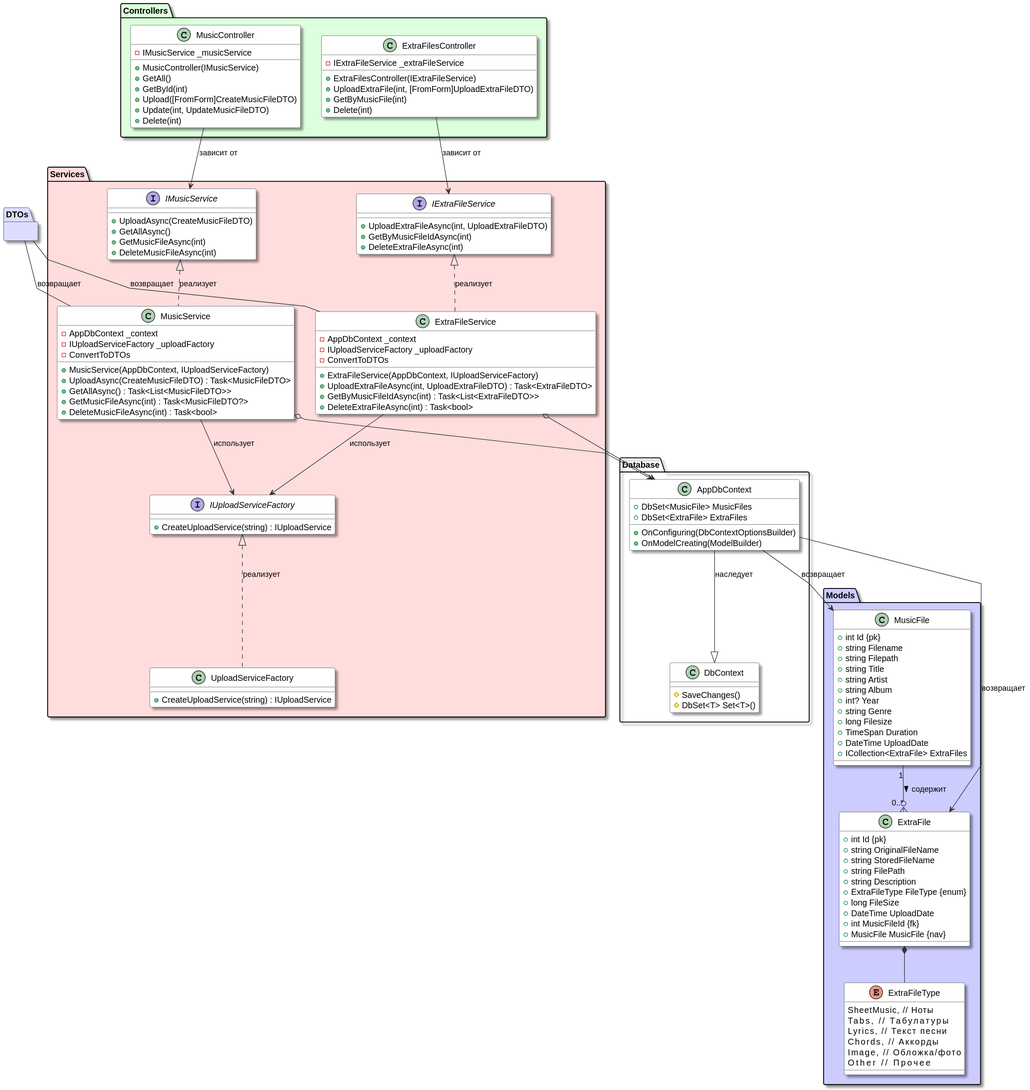
Before: Docs/MusicServer.API Class Diagram.svg, a diagram exported from PlantUML (vaClev/MusicPlayer). Its diagram source:
```plantuml
@startuml
skinparam class {
    BackgroundColor White
    ArrowColor #2E3436
    BorderColor #2E3436
}
skinparam shadowing true

skinparam package {
    Padding 10         ' Внутренние отступы пакета (по умолчанию 12)
    Margin 5           ' Внешние отступы пакета (по умолчанию 10)
}

skinparam class {
    Margin 1           ' Отступ внутри класса (по умолчанию 2)
    Padding 3          ' Отступ текста от границ (по умолчанию 4)
}
skinparam linetype polyline

package "Models" #ccccff{
    class MusicFile {
        +int Id {pk}
        +string Filename
        +string Filepath
        +string Title
        +string Artist
        +string Album
        +int? Year
        +string Genre
        +long Filesize
        +TimeSpan Duration
        +DateTime UploadDate
        +ICollection<ExtraFile> ExtraFiles
    }

    class ExtraFile {
        +int Id {pk}
        +string OriginalFileName
        +string StoredFileName
        +string FilePath
        +string Description
        +ExtraFileType FileType {enum}
        +long FileSize
        +DateTime UploadDate
        +int MusicFileId {fk}
        +MusicFile MusicFile {nav}
    }

    enum ExtraFileType {
        SheetMusic,     // Ноты
        Tabs,           // Табулатуры
        Lyrics,         // Текст песни
        Chords,         // Аккорды
        Image,          // Обложка/фото
        Other           // Прочее
    }
    ExtraFile *--ExtraFileType
    MusicFile "1" --o{ "0..*" ExtraFile : содержит >
}

package "DTOs" #ddddff {

}

package "Database" {
    class AppDbContext {
        +DbSet<MusicFile> MusicFiles
        +DbSet<ExtraFile> ExtraFiles
        +OnConfiguring(DbContextOptionsBuilder)
        +OnModelCreating(ModelBuilder)
    }

    class DbContext {
        #SaveChanges()
        #DbSet<T> Set<T>()
    }

    AppDbContext --|> DbContext : наследует
    AppDbContext --> MusicFile : возвращает
    AppDbContext --> ExtraFile : возвращает
}

package "Services" #ffdddd{
    interface IMusicService {
        +UploadAsync(CreateMusicFileDTO)
        +GetAllAsync()
        +GetMusicFileAsync(int)
        +DeleteMusicFileAsync(int)
    }

    class MusicService {
        -AppDbContext _context
        -IUploadServiceFactory _uploadFactory
        +MusicService(AppDbContext, IUploadServiceFactory)
        +UploadAsync(CreateMusicFileDTO) : Task<MusicFileDTO>
        +GetAllAsync() : Task<List<MusicFileDTO>>
        +GetMusicFileAsync(int) : Task<MusicFileDTO?>
        +DeleteMusicFileAsync(int) : Task<bool>
        -ConvertToDTOs
    }

    interface IExtraFileService {
        +UploadExtraFileAsync(int, UploadExtraFileDTO)
        +GetByMusicFileIdAsync(int)
        +DeleteExtraFileAsync(int)
    }

    class ExtraFileService {
        -AppDbContext _context
        -IUploadServiceFactory _uploadFactory
        +ExtraFileService(AppDbContext, IUploadServiceFactory)
        +UploadExtraFileAsync(int, UploadExtraFileDTO) : Task<ExtraFileDTO>
        +GetByMusicFileIdAsync(int) : Task<List<ExtraFileDTO>>
        +DeleteExtraFileAsync(int) : Task<bool>
        -ConvertToDTOs
    }
    DTOs -- ExtraFileService : возвращает
    DTOs -- MusicService  : возвращает
    interface IUploadServiceFactory {
        +CreateUploadService(string) : IUploadService
    }

    class UploadServiceFactory {
        +CreateUploadService(string) : IUploadService
    }

    IMusicService <|.. MusicService : реализует
    IExtraFileService <|.. ExtraFileService : реализует
    IUploadServiceFactory <|.. UploadServiceFactory : реализует

    MusicService o--> AppDbContext
    ExtraFileService o--> AppDbContext
    MusicService --> IUploadServiceFactory : использует
    ExtraFileService --> IUploadServiceFactory : использует


}

package "Controllers" #ddffdd {
    class MusicController {
        -IMusicService _musicService
        +MusicController(IMusicService)
        +GetAll()
        +GetById(int)
        +Upload([FromForm]CreateMusicFileDTO)
        +Update(int, UpdateMusicFileDTO)
        +Delete(int)
    }

    class ExtraFilesController {
        -IExtraFileService _extraFileService
        +ExtraFilesController(IExtraFileService)
        +UploadExtraFile(int, [FromForm]UploadExtraFileDTO)
        +GetByMusicFile(int)
        +Delete(int)
    }

    MusicController --> IMusicService : зависит от
    ExtraFilesController --> IExtraFileService : зависит от


}


@enduml
```
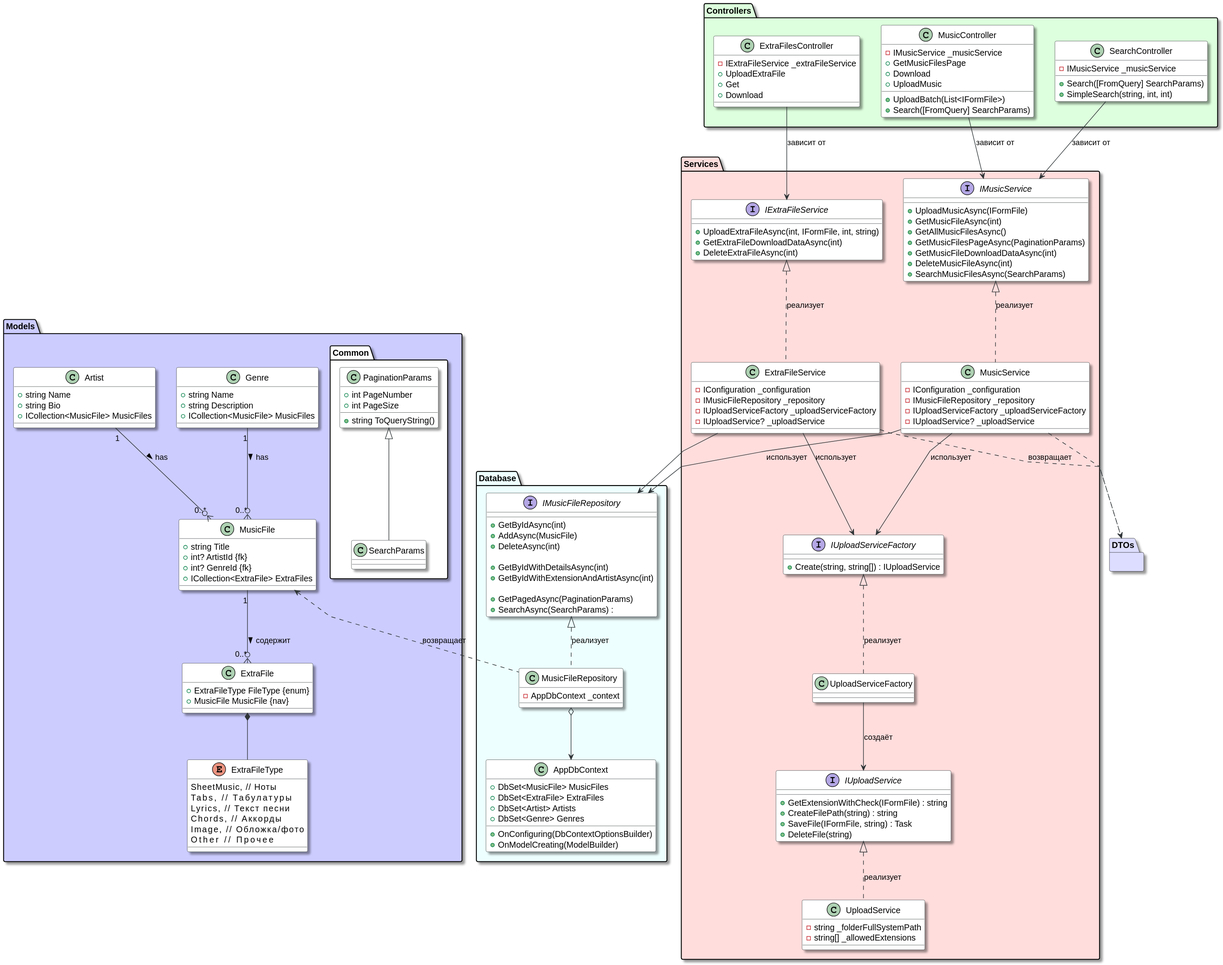
Later version of the same file.

Commit message:
Оформление серверной части. Рефакторинг класса ExtraFileService

What changed in the source:
```diff
@@ -7,42 +7,26 @@
 skinparam shadowing true
 
 skinparam package {
-    Padding 10         ' Внутренние отступы пакета (по умолчанию 12)
-    Margin 5           ' Внешние отступы пакета (по умолчанию 10)
+    Padding 8         ' Внутренние отступы пакета (по умолчанию 12)
+    Margin 4           ' Внешние отступы пакета (по умолчанию 10)
 }
 
 skinparam class {
     Margin 1           ' Отступ внутри класса (по умолчанию 2)
-    Padding 3          ' Отступ текста от границ (по умолчанию 4)
+    Padding 1          ' Отступ текста от границ (по умолчанию 4)
 }
 skinparam linetype polyline
 
-package "Models" #ccccff{
+package Models #ccccff {
     class MusicFile {
-        +int Id {pk}
-        +string Filename
-        +string Filepath
         +string Title
-        +string Artist
-        +string Album
-        +int? Year
-        +string Genre
-        +long Filesize
-        +TimeSpan Duration
-        +DateTime UploadDate
+        +int? ArtistId {fk}
+        +int? GenreId {fk}
         +ICollection<ExtraFile> ExtraFiles
     }
 
     class ExtraFile {
-        +int Id {pk}
-        +string OriginalFileName
-        +string StoredFileName
-        +string FilePath
-        +string Description
         +ExtraFileType FileType {enum}
-        +long FileSize
-        +DateTime UploadDate
-        +int MusicFileId {fk}
         +MusicFile MusicFile {nav}
     }
 
@@ -54,112 +38,164 @@
         Image,          // Обложка/фото
         Other           // Прочее
     }
-    ExtraFile *--ExtraFileType
+
+    class Artist {
+        +string Name
+        +string Bio
+        +ICollection<MusicFile> MusicFiles
+    }
+
+    class Genre {
+        +string Name
+        +string Description
+        +ICollection<MusicFile> MusicFiles
+    }
+
+    ExtraFile *-- ExtraFileType
     MusicFile "1" --o{ "0..*" ExtraFile : содержит >
+    Artist "1" --o{ "0..*" MusicFile : has >
+    Genre "1" --o{ "0..*" MusicFile : has >
+
+package Common #ffffff {
+    class PaginationParams {
+        +int PageNumber
+        +int PageSize
+        +string ToQueryString()
+    }
+
+    class SearchParams extends PaginationParams
+    {
+    }
+}
 }
 
-package "DTOs" #ddddff {
+package DTOs #ddddff {
 
 }
 
-package "Database" {
+package "Database" #eeffff {
     class AppDbContext {
         +DbSet<MusicFile> MusicFiles
         +DbSet<ExtraFile> ExtraFiles
+        +DbSet<Artist> Artists
+        +DbSet<Genre> Genres
         +OnConfiguring(DbContextOptionsBuilder)
         +OnModelCreating(ModelBuilder)
     }
 
-    class DbContext {
-        #SaveChanges()
-        #DbSet<T> Set<T>()
+    interface IMusicFileRepository {
+        +GetByIdAsync(int)
+        +AddAsync(MusicFile)
+        +DeleteAsync(int)
+
+        +GetByIdWithDetailsAsync(int)
+        +GetByIdWithExtensionAndArtistAsync(int)
+
+        +GetPagedAsync(PaginationParams)
+        +SearchAsync(SearchParams) :
     }
 
-    AppDbContext --|> DbContext : наследует
-    AppDbContext --> MusicFile : возвращает
-    AppDbContext --> ExtraFile : возвращает
+    class MusicFileRepository {
+        -AppDbContext _context
+    }
+
+    IMusicFileRepository <|.. MusicFileRepository : реализует
+    MusicFileRepository o--> AppDbContext
+    Models.MusicFile <.. MusicFileRepository : возвращает
 }
 
-package "Services" #ffdddd{
+package "Services" #ffdddd {
     interface IMusicService {
-        +UploadAsync(CreateMusicFileDTO)
-        +GetAllAsync()
+        +UploadMusicAsync(IFormFile)
         +GetMusicFileAsync(int)
+        +GetAllMusicFilesAsync()
+        +GetMusicFilesPageAsync(PaginationParams)
+        +GetMusicFileDownloadDataAsync(int)
         +DeleteMusicFileAsync(int)
+        +SearchMusicFilesAsync(SearchParams)
     }
 
     class MusicService {
-        -AppDbContext _context
-        -IUploadServiceFactory _uploadFactory
-        +MusicService(AppDbContext, IUploadServiceFactory)
-        +UploadAsync(CreateMusicFileDTO) : Task<MusicFileDTO>
-        +GetAllAsync() : Task<List<MusicFileDTO>>
-        +GetMusicFileAsync(int) : Task<MusicFileDTO?>
-        +DeleteMusicFileAsync(int) : Task<bool>
-        -ConvertToDTOs
+        -IConfiguration _configuration
+        -IMusicFileRepository _repository
+        -IUploadServiceFactory _uploadServiceFactory
+        -IUploadService? _uploadService
     }
 
     interface IExtraFileService {
-        +UploadExtraFileAsync(int, UploadExtraFileDTO)
-        +GetByMusicFileIdAsync(int)
+        +UploadExtraFileAsync(int, IFormFile, int, string)
+        +GetExtraFileDownloadDataAsync(int)
         +DeleteExtraFileAsync(int)
     }
 
     class ExtraFileService {
-        -AppDbContext _context
-        -IUploadServiceFactory _uploadFactory
-        +ExtraFileService(AppDbContext, IUploadServiceFactory)
-        +UploadExtraFileAsync(int, UploadExtraFileDTO) : Task<ExtraFileDTO>
-        +GetByMusicFileIdAsync(int) : Task<List<ExtraFileDTO>>
-        +DeleteExtraFileAsync(int) : Task<bool>
-        -ConvertToDTOs
+        -IConfiguration _configuration
+        -IMusicFileRepository _repository
+        -IUploadServiceFactory _uploadServiceFactory
+        -IUploadService? _uploadService
     }
-    DTOs -- ExtraFileService : возвращает
-    DTOs -- MusicService  : возвращает
+
     interface IUploadServiceFactory {
-        +CreateUploadService(string) : IUploadService
+        +Create(string, string[]) : IUploadService
     }
 
     class UploadServiceFactory {
-        +CreateUploadService(string) : IUploadService
+    }
+
+    interface IUploadService {
+        +GetExtensionWithCheck(IFormFile) : string
+        +CreateFilePath(string) : string
+        +SaveFile(IFormFile, string) : Task
+        +DeleteFile(string)
+    }
+
+    class UploadService {
+        -string _folderFullSystemPath
+        -string[] _allowedExtensions
     }
 
     IMusicService <|.. MusicService : реализует
     IExtraFileService <|.. ExtraFileService : реализует
     IUploadServiceFactory <|.. UploadServiceFactory : реализует
+    IUploadService <|.. UploadService : реализует
 
-    MusicService o--> AppDbContext
-    ExtraFileService o--> AppDbContext
+    MusicService --> IMusicFileRepository : использует
     MusicService --> IUploadServiceFactory : использует
+    ExtraFileService --> IMusicFileRepository
     ExtraFileService --> IUploadServiceFactory : использует
+    UploadServiceFactory --> IUploadService : создаёт
 
-
+    MusicService ..> DTOs
+    ExtraFileService ..> DTOs : возвращает
 }
 
 package "Controllers" #ddffdd {
     class MusicController {
         -IMusicService _musicService
-        +MusicController(IMusicService)
-        +GetAll()
-        +GetById(int)
-        +Upload([FromForm]CreateMusicFileDTO)
-        +Update(int, UpdateMusicFileDTO)
-        +Delete(int)
+        +GetMusicFilesPage
+        +Download
+        +UploadMusic
+
+        +UploadBatch(List<IFormFile>)
+        +Search([FromQuery] SearchParams)
     }
 
     class ExtraFilesController {
         -IExtraFileService _extraFileService
-        +ExtraFilesController(IExtraFileService)
-        +UploadExtraFile(int, [FromForm]UploadExtraFileDTO)
-        +GetByMusicFile(int)
-        +Delete(int)
+        +UploadExtraFile
+        +Get
+        +Download
+    }
+
+    class SearchController {
+        -IMusicService _musicService
+
+        +Search([FromQuery] SearchParams)
+        +SimpleSearch(string, int, int)
     }
 
     MusicController --> IMusicService : зависит от
     ExtraFilesController --> IExtraFileService : зависит от
-
-
+    SearchController --> IMusicService : зависит от
 }
-
-
 @enduml
```
